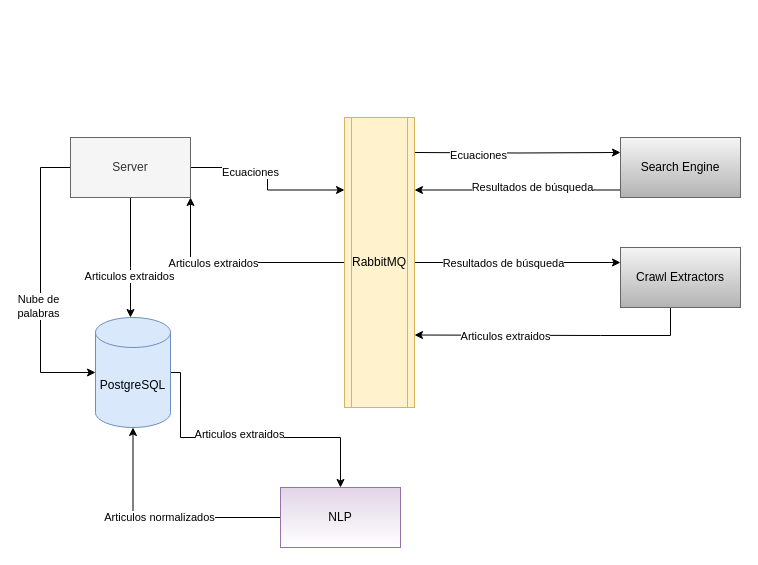
This is archivos/fuentes/arquitectura-general.drawio from emanuelbalcazar/tesina, a draw.io file, before an edit. Source tidied: cells renumbered, new cells numbered last; positions are measured from the earlier drawing's top-left corner, leaving out a move shared by most shapes. Both pictures are drawn from the tidied source at 100%, with x=0, y=0 at pixel (40, 117).
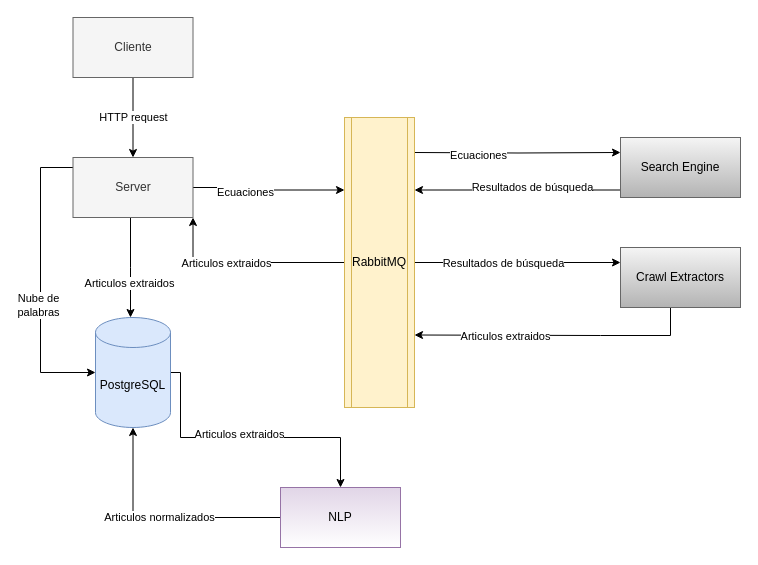
The same page after the edit.

Commit message (it also covers changes not shown here):
Correcciones al diagrama de la arquitectura

What changed in the source:
```diff
@@
     <mxCell id="8" value="Server" style="rounded=0;whiteSpace=wrap;html=1;fillColor=#f5f5f5;strokeColor=#666666;fontColor=#333333;" parent="1" vertex="1">
-      <mxGeometry x="30" y="20" width="120" height="60" as="geometry" />
+      <mxGeometry x="32.5" y="40" width="120" height="60" as="geometry" />
     </mxCell>
@@
+    <mxCell id="28" value="HTTP request" style="edgeStyle=orthogonalEdgeStyle;rounded=0;jettySize=auto;html=1;entryX=0.5;entryY=0;entryDx=0;entryDy=0;" parent="1" edge="1" source="29" target="8">
+      <mxGeometry relative="1" as="geometry" />
+    </mxCell>
+    <mxCell id="29" value="Cliente" style="rounded=0;whiteSpace=wrap;html=1;fillColor=#f5f5f5;strokeColor=#666666;fontColor=#333333;" parent="1" vertex="1">
+      <mxGeometry x="32.5" y="-100" width="120" height="60" as="geometry" />
+    </mxCell>
```
